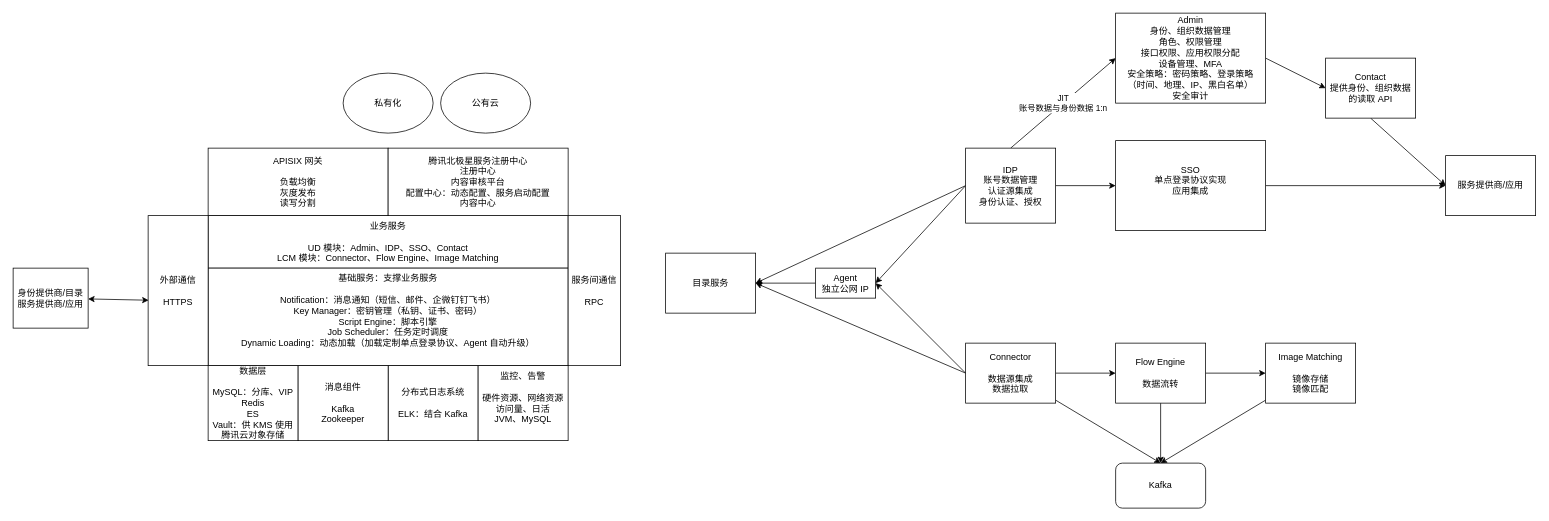
Above: homework/src/main/resources/IDaaS 业务架构.drawio in YufuMxl/geek_java_practise (draw.io), before the change. Source tidied: cells renumbered, new cells numbered last; positions are measured from the earlier drawing's top-left corner, leaving out a move shared by most shapes. Both pictures are drawn from the tidied source at 75%, with x=0, y=0 at pixel (13, 13).
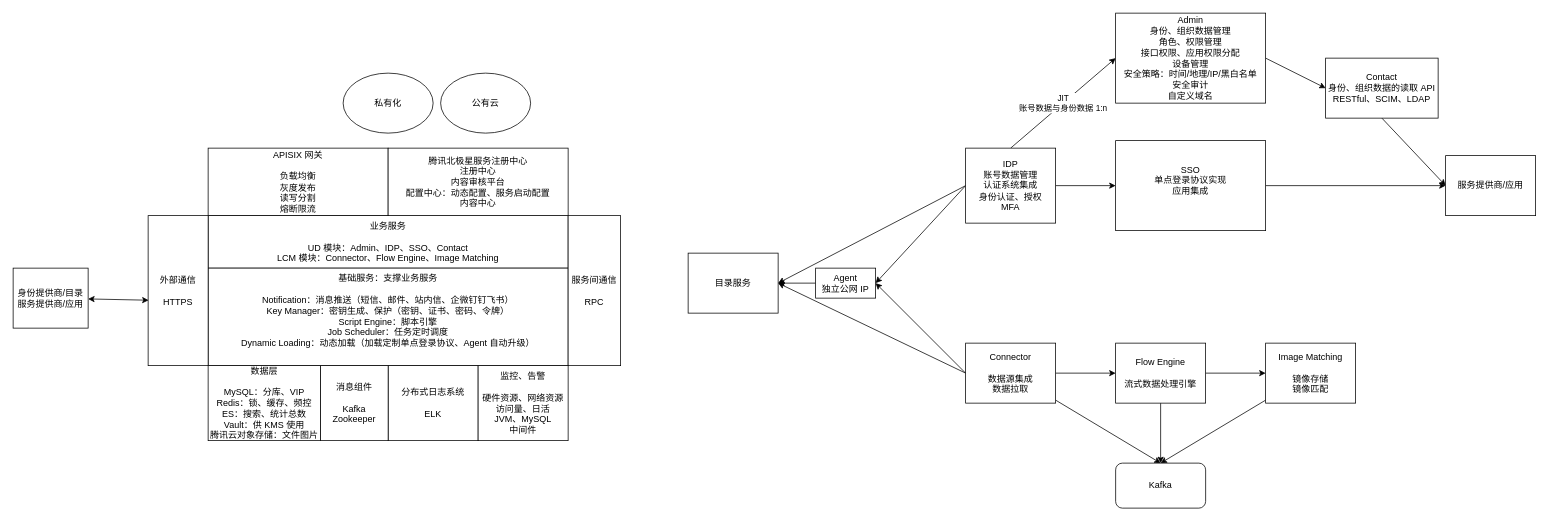
Above is the later version.

Commit message (it also covers changes not shown here):
更新IDaaS 业务架构.drawio

The edit, as a diff of the source:
```diff
@@
     <mxCell id="2" value="目录服务" style="rounded=0;whiteSpace=wrap;html=1;" parent="1" vertex="1">
-      <mxGeometry x="870" y="320" width="120" height="80" as="geometry" />
+      <mxGeometry x="900" y="320" width="120" height="80" as="geometry" />
     </mxCell>
@@
-    <mxCell id="9" value="&lt;div&gt;IDP&lt;/div&gt;&lt;div&gt;账号数据管理&lt;/div&gt;&lt;div&gt;认证源集成&lt;br&gt;&lt;/div&gt;&lt;div&gt;身份认证、授权&lt;br&gt;&lt;/div&gt;" style="rounded=0;whiteSpace=wrap;html=1;" parent="1" vertex="1">
+    <mxCell id="9" value="&lt;div&gt;IDP&lt;/div&gt;&lt;div&gt;账号数据管理&lt;/div&gt;&lt;div&gt;认证系统集成&lt;br&gt;&lt;/div&gt;&lt;div&gt;身份认证、授权&lt;br&gt;&lt;/div&gt;&lt;div&gt;MFA&lt;br&gt;&lt;/div&gt;" style="rounded=0;whiteSpace=wrap;html=1;" parent="1" vertex="1">
       <mxGeometry x="1270" y="180" width="120" height="100" as="geometry" />
     </mxCell>
@@
-    <mxCell id="17" value="&lt;div&gt;Flow Engine&lt;/div&gt;&lt;div&gt;&lt;br&gt;&lt;/div&gt;&lt;div&gt;数据流转&lt;/div&gt;" style="rounded=0;whiteSpace=wrap;html=1;" parent="1" vertex="1">
+    <mxCell id="17" value="&lt;div&gt;Flow Engine&lt;/div&gt;&lt;div&gt;&lt;br&gt;&lt;/div&gt;&lt;div&gt;流式数据处理引擎&lt;br&gt;&lt;/div&gt;" style="rounded=0;whiteSpace=wrap;html=1;" parent="1" vertex="1">
       <mxGeometry x="1470" y="440" width="120" height="80" as="geometry" />
     </mxCell>
@@
-    <mxCell id="24" value="&lt;div&gt;Admin&lt;/div&gt;&lt;div&gt;身份、组织数据管理&lt;/div&gt;&lt;div&gt;角色、权限管理&lt;/div&gt;&lt;div&gt;接口权限、应用权限分配&lt;br&gt;&lt;/div&gt;&lt;div&gt;设备管理、MFA&lt;/div&gt;&lt;div&gt;安全策略：密码策略、登录策略&lt;br&gt;&lt;/div&gt;&lt;div&gt;（时间、地理、IP、黑白名单）&lt;/div&gt;&lt;div&gt;安全审计&lt;br&gt;&lt;/div&gt;" style="rounded=0;whiteSpace=wrap;html=1;" parent="1" vertex="1">
+    <mxCell id="24" value="&lt;div&gt;Admin&lt;/div&gt;&lt;div&gt;身份、组织数据管理&lt;/div&gt;&lt;div&gt;角色、权限管理&lt;/div&gt;&lt;div&gt;接口权限、应用权限分配&lt;br&gt;&lt;/div&gt;&lt;div&gt;设备管理&lt;/div&gt;&lt;div&gt;安全策略：时间/地理/IP/黑白名单&lt;/div&gt;&lt;div&gt;安全审计&lt;/div&gt;&lt;div&gt;自定义域名&lt;br&gt;&lt;/div&gt;" style="rounded=0;whiteSpace=wrap;html=1;" parent="1" vertex="1">
       <mxGeometry x="1470" width="200" height="120" as="geometry" />
     </mxCell>
@@
-    <mxCell id="26" value="&lt;div&gt;Contact&lt;/div&gt;&lt;div&gt;提供身份、组织数据的读取 API&lt;br&gt;&lt;/div&gt;" style="rounded=0;whiteSpace=wrap;html=1;" parent="1" vertex="1">
-      <mxGeometry x="1750" y="60" width="120" height="80" as="geometry" />
+    <mxCell id="26" value="&lt;div&gt;Contact&lt;/div&gt;&lt;div&gt;身份、组织数据的读取 API&lt;/div&gt;&lt;div&gt;RESTful、SCIM、LDAP&lt;br&gt;&lt;/div&gt;" style="rounded=0;whiteSpace=wrap;html=1;" parent="1" vertex="1">
+      <mxGeometry x="1750" y="60" width="150" height="80" as="geometry" />
     </mxCell>
@@
-    <mxCell id="28" value="&lt;div&gt;APISIX 网关&lt;/div&gt;&lt;div&gt;&lt;br&gt;&lt;/div&gt;&lt;div&gt;负载均衡&lt;/div&gt;&lt;div&gt;灰度发布&lt;/div&gt;&lt;div&gt;读写分割&lt;/div&gt;" style="rounded=0;whiteSpace=wrap;html=1;" parent="1" vertex="1">
+    <mxCell id="28" value="&lt;div&gt;APISIX 网关&lt;/div&gt;&lt;div&gt;&lt;br&gt;&lt;/div&gt;&lt;div&gt;负载均衡&lt;/div&gt;&lt;div&gt;灰度发布&lt;/div&gt;&lt;div&gt;读写分割&lt;/div&gt;&lt;div&gt;熔断限流&lt;br&gt;&lt;/div&gt;" style="rounded=0;whiteSpace=wrap;html=1;" parent="1" vertex="1">
       <mxGeometry x="260" y="180" width="240" height="90" as="geometry" />
     </mxCell>
@@
-    <mxCell id="30" value="&lt;div&gt;基础服务：支撑业务服务&lt;/div&gt;&lt;div&gt;&lt;br&gt;&lt;/div&gt;&lt;div&gt;Notification：消息通知（短信、邮件、企微钉钉飞书）&lt;/div&gt;&lt;div&gt;Key Manager：密钥管理（私钥、证书、密码）&lt;br&gt;&lt;/div&gt;&lt;div&gt;Script Engine：脚本引擎&lt;/div&gt;&lt;div&gt;Job Scheduler：任务定时调度&lt;br&gt;&lt;/div&gt;&lt;div&gt;Dynamic Loading：动态加载（加载定制单点登录协议、Agent 自动升级）&lt;/div&gt;&lt;div&gt;&lt;br&gt;&lt;/div&gt;" style="rounded=0;whiteSpace=wrap;html=1;verticalAlign=top;" parent="1" vertex="1">
+    <mxCell id="30" value="&lt;div&gt;基础服务：支撑业务服务&lt;/div&gt;&lt;div&gt;&lt;br&gt;&lt;/div&gt;&lt;div&gt;Notification：消息推送（短信、邮件、站内信、企微钉钉飞书）&lt;/div&gt;&lt;div&gt;Key Manager：密钥生成、保护（密钥、证书、密码、令牌）&lt;br&gt;&lt;/div&gt;&lt;div&gt;Script Engine：脚本引擎&lt;/div&gt;&lt;div&gt;Job Scheduler：任务定时调度&lt;br&gt;&lt;/div&gt;&lt;div&gt;Dynamic Loading：动态加载（加载定制单点登录协议、Agent 自动升级）&lt;/div&gt;&lt;div&gt;&lt;br&gt;&lt;/div&gt;" style="rounded=0;whiteSpace=wrap;html=1;verticalAlign=top;" parent="1" vertex="1">
       <mxGeometry x="260" y="340" width="480" height="130" as="geometry" />
     </mxCell>
-    <mxCell id="31" value="&lt;div&gt;数据层&lt;/div&gt;&lt;div&gt;&lt;br&gt;&lt;/div&gt;&lt;div&gt;MySQL：分库、VIP&lt;/div&gt;&lt;div&gt;Redis&lt;/div&gt;&lt;div&gt;ES&lt;/div&gt;&lt;div&gt;Vault：供 KMS 使用&lt;/div&gt;&lt;div&gt;腾讯云对象存储&lt;br&gt;&lt;/div&gt;" style="rounded=0;whiteSpace=wrap;html=1;" parent="1" vertex="1">
-      <mxGeometry x="260" y="470" width="120" height="100" as="geometry" />
+    <mxCell id="31" value="&lt;div&gt;数据层&lt;/div&gt;&lt;div&gt;&lt;br&gt;&lt;/div&gt;&lt;div&gt;MySQL：分库、VIP&lt;/div&gt;&lt;div&gt;Redis：锁、缓存、频控&lt;/div&gt;&lt;div&gt;ES：搜索、统计总数&lt;/div&gt;&lt;div&gt;Vault：供 KMS 使用&lt;/div&gt;&lt;div&gt;腾讯云对象存储：文件图片&lt;br&gt;&lt;/div&gt;" style="rounded=0;whiteSpace=wrap;html=1;" parent="1" vertex="1">
+      <mxGeometry x="260" y="470" width="150" height="100" as="geometry" />
     </mxCell>
-    <mxCell id="32" value="&lt;div&gt;分布式日志系统&lt;/div&gt;&lt;div&gt;&lt;br&gt;&lt;/div&gt;&lt;div&gt;ELK：结合 Kafka&lt;br&gt;&lt;/div&gt;" style="rounded=0;whiteSpace=wrap;html=1;" parent="1" vertex="1">
+    <mxCell id="32" value="&lt;div&gt;分布式日志系统&lt;/div&gt;&lt;div&gt;&lt;br&gt;&lt;/div&gt;&lt;div&gt;ELK&lt;/div&gt;" style="rounded=0;whiteSpace=wrap;html=1;" parent="1" vertex="1">
       <mxGeometry x="500" y="470" width="120" height="100" as="geometry" />
     </mxCell>
     <mxCell id="33" value="&lt;div&gt;消息组件&lt;/div&gt;&lt;div&gt;&lt;br&gt;&lt;/div&gt;&lt;div&gt;Kafka&lt;br&gt;&lt;/div&gt;&lt;div&gt;Zookeeper&lt;br&gt;&lt;/div&gt;" style="rounded=0;whiteSpace=wrap;html=1;" parent="1" vertex="1">
-      <mxGeometry x="380" y="470" width="120" height="100" as="geometry" />
+      <mxGeometry x="410" y="470" width="90" height="100" as="geometry" />
     </mxCell>
-    <mxCell id="34" value="&lt;div&gt;监控、告警&lt;/div&gt;&lt;div&gt;&lt;br&gt;&lt;/div&gt;&lt;div&gt;硬件资源、网络资源&lt;/div&gt;&lt;div&gt;访问量、日活&lt;br&gt;&lt;/div&gt;&lt;div&gt;JVM、MySQL&lt;/div&gt;&lt;div&gt;&lt;br&gt;&lt;/div&gt;" style="rounded=0;whiteSpace=wrap;html=1;" parent="1" vertex="1">
+    <mxCell id="34" value="&lt;div&gt;监控、告警&lt;/div&gt;&lt;div&gt;&lt;br&gt;&lt;/div&gt;&lt;div&gt;硬件资源、网络资源&lt;/div&gt;&lt;div&gt;访问量、日活&lt;br&gt;&lt;/div&gt;&lt;div&gt;JVM、MySQL&lt;/div&gt;&lt;div&gt;中间件&lt;br&gt;&lt;/div&gt;" style="rounded=0;whiteSpace=wrap;html=1;" parent="1" vertex="1">
       <mxGeometry x="620" y="470" width="120" height="100" as="geometry" />
     </mxCell>
```
